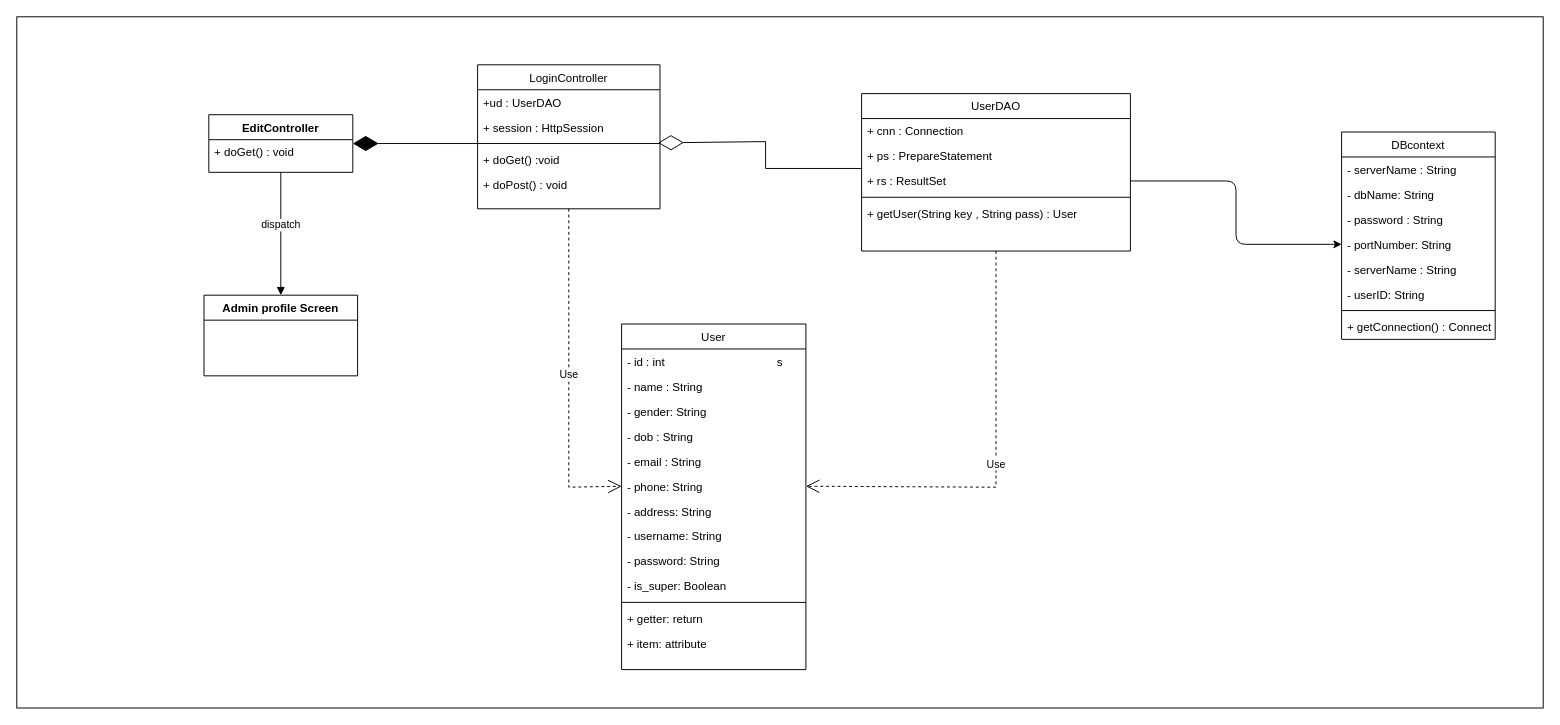
Before: page "Page-3" (3 of 6) of te1.drawio in baspdd/desktop-tutorial, a draw.io diagram. Source tidied: cells renumbered, new cells numbered last; positions are measured from the earlier drawing's top-left corner, leaving out a move shared by most shapes. Both pictures are drawn from the tidied source at 96%, with x=0, y=0 at pixel (16, 16).
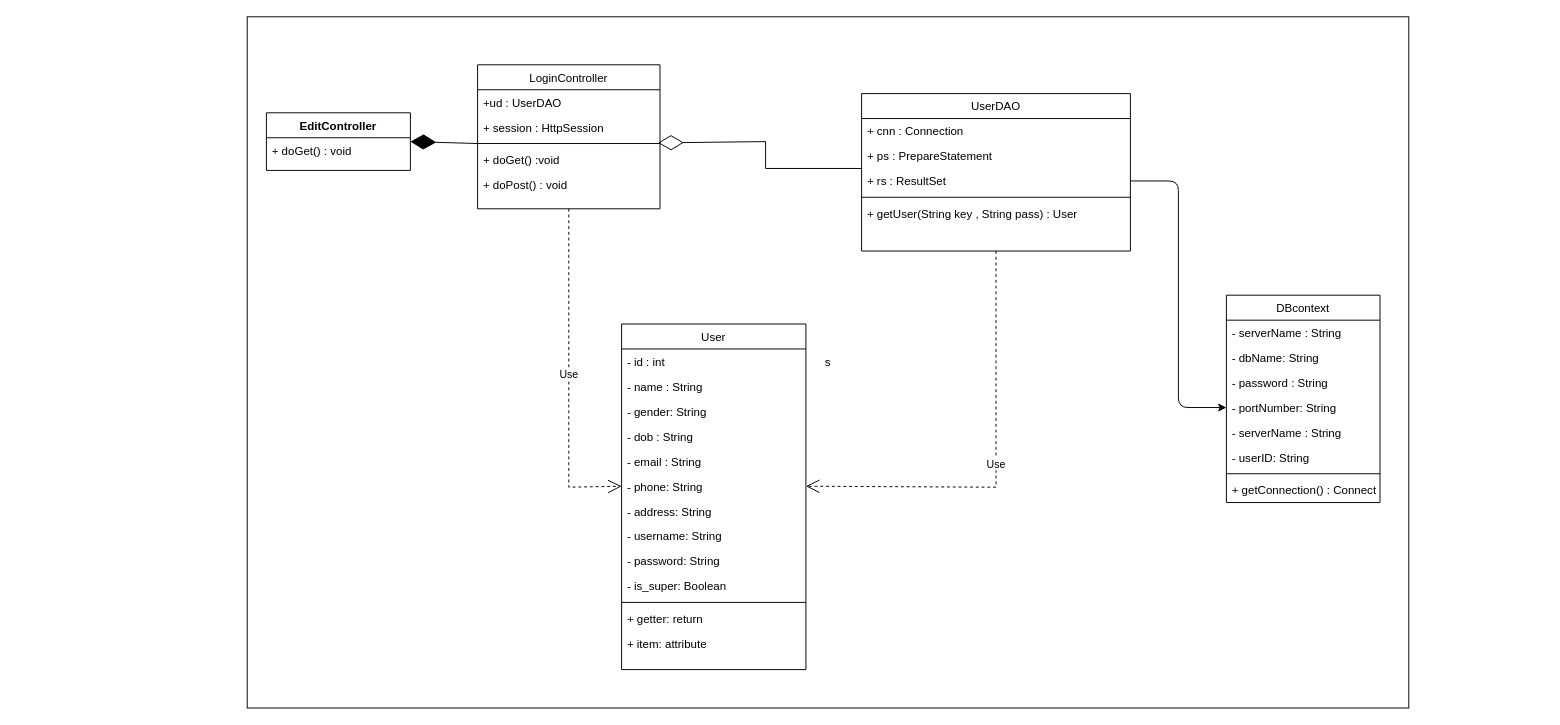
After the change.

What changed in the source:
```diff
@@
     <mxCell id="2" value="s" style="rounded=0;whiteSpace=wrap;html=1;fontColor=none;fillColor=default;" parent="1" vertex="1">
-      <mxGeometry width="1590" height="720" as="geometry" />
+      <mxGeometry x="240" width="1210" height="720" as="geometry" />
     </mxCell>
@@
     <mxCell id="9" value="DBcontext" style="swimlane;fontStyle=0;align=center;verticalAlign=top;horizontal=1;startSize=26;rounded=0;shadow=0;strokeWidth=1;" parent="1" vertex="1">
-      <mxGeometry x="1380" y="120" width="160" height="216" as="geometry" />
+      <mxGeometry x="1260" y="290" width="160" height="216" as="geometry" />
     </mxCell>
@@
     <mxCell id="33" value="EditController" style="swimlane;fontStyle=1;align=center;verticalAlign=top;horizontal=1;startSize=26;rounded=0;shadow=0;strokeWidth=1;" parent="1" vertex="1">
-      <mxGeometry x="200" y="102" width="150" height="60" as="geometry" />
+      <mxGeometry x="260" y="100" width="150" height="60" as="geometry" />
     </mxCell>
@@
-    <mxCell id="45" value="Admin profile Screen" style="swimlane;fontStyle=1;align=center;verticalAlign=top;horizontal=1;startSize=26;" parent="1" vertex="1">
-      <mxGeometry x="195" y="290" width="160" height="84" as="geometry" />
-    </mxCell>
-    <mxCell id="46" value="dispatch" style="html=1;verticalAlign=bottom;endArrow=block;rounded=0;entryX=0.5;entryY=0;entryDx=0;entryDy=0;exitX=0.5;exitY=1;exitDx=0;exitDy=0;" parent="1" edge="1" source="33" target="45">
-      <mxGeometry relative="1" as="geometry" />
-    </mxCell>
```
